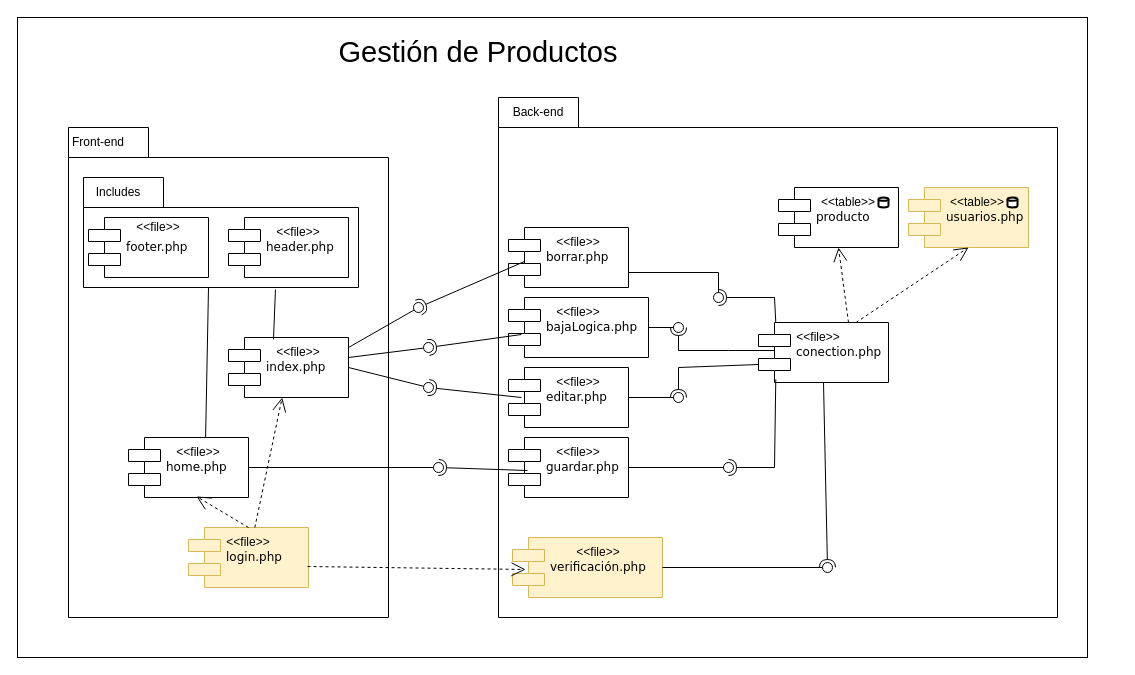
JorgeADnro/Torres keeps this draw.io diagram as Diagramas/DiagramaComponentesMich.drawio. Above is the earlier version. Source tidied: cells renumbered, new cells numbered last; positions are measured from the earlier drawing's top-left corner, leaving out a move shared by most shapes. Both pictures are drawn from the tidied source at 100%, with x=0, y=0 at pixel (17, 17).
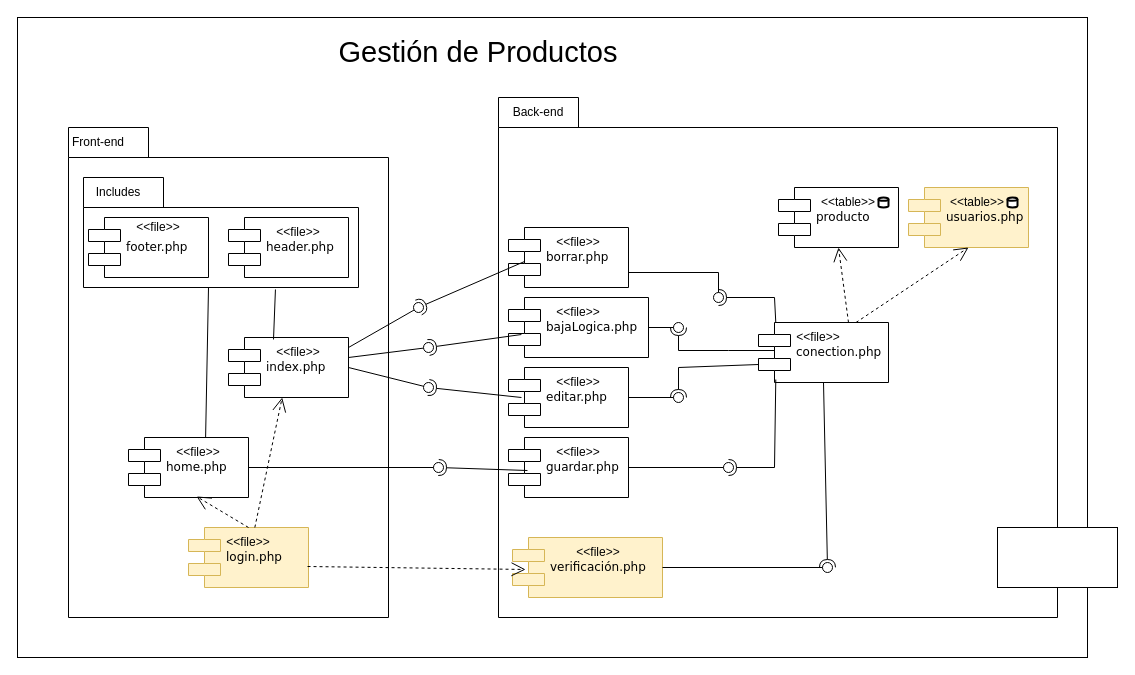
The same diagram, later.

Change to the diagram source:
```diff
@@
+    <mxCell id="64" style="rounded=0;whiteSpace=wrap;html=1;" parent="1" vertex="1">
+      <mxGeometry x="980" y="510" width="120" height="60" as="geometry" />
+    </mxCell>
```
